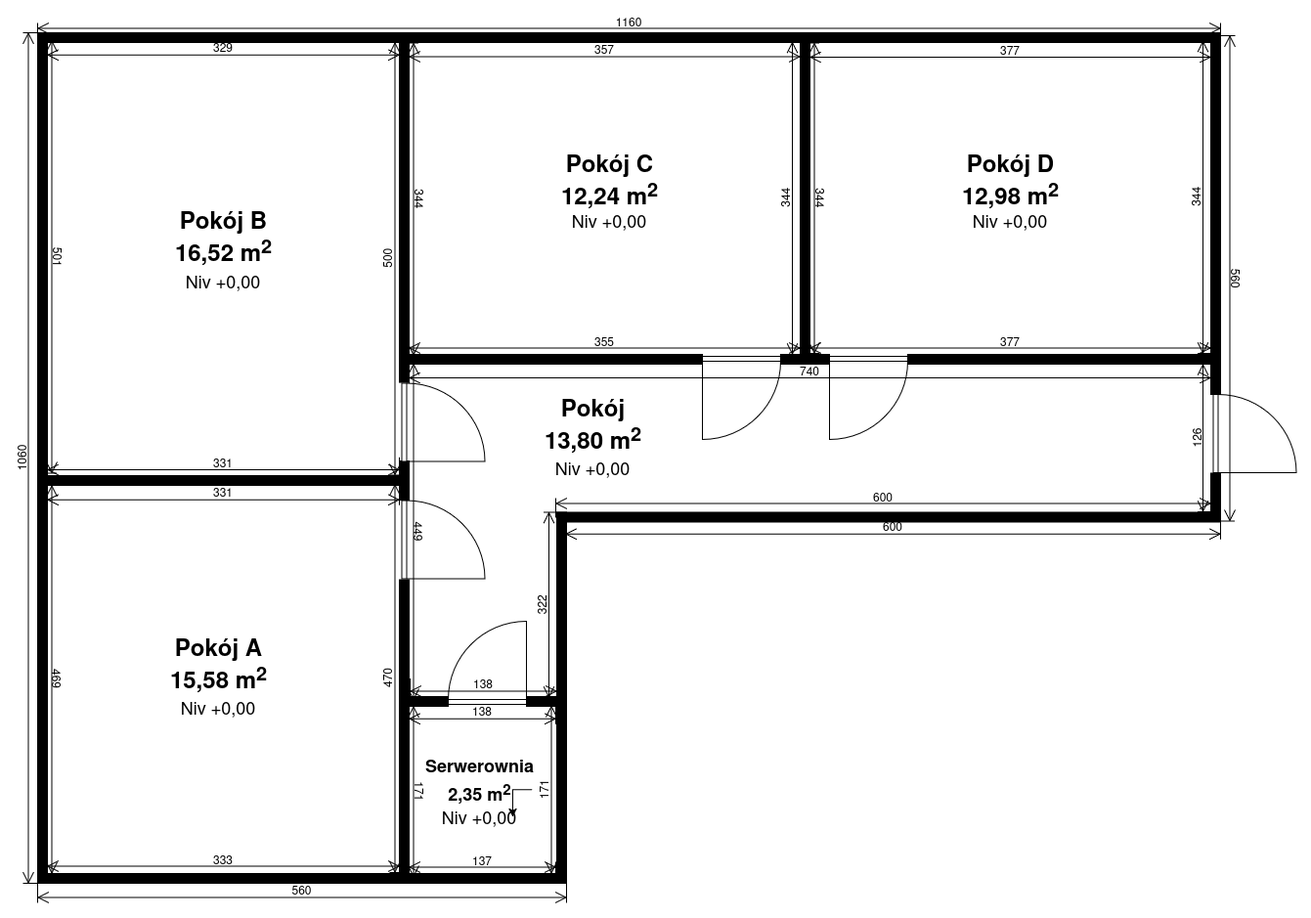
Above: obrazy/wizualizacja-kondygnacji.png in smichajlidis/projekt-sieci-fizycznej-i-logicznej-budynku-dwukondygnacyjnego (draw.io), before the change. Source tidied: cells renumbered, new cells last; positions are measured from the earlier drawing's top-left corner, leaving out a move shared by most shapes.
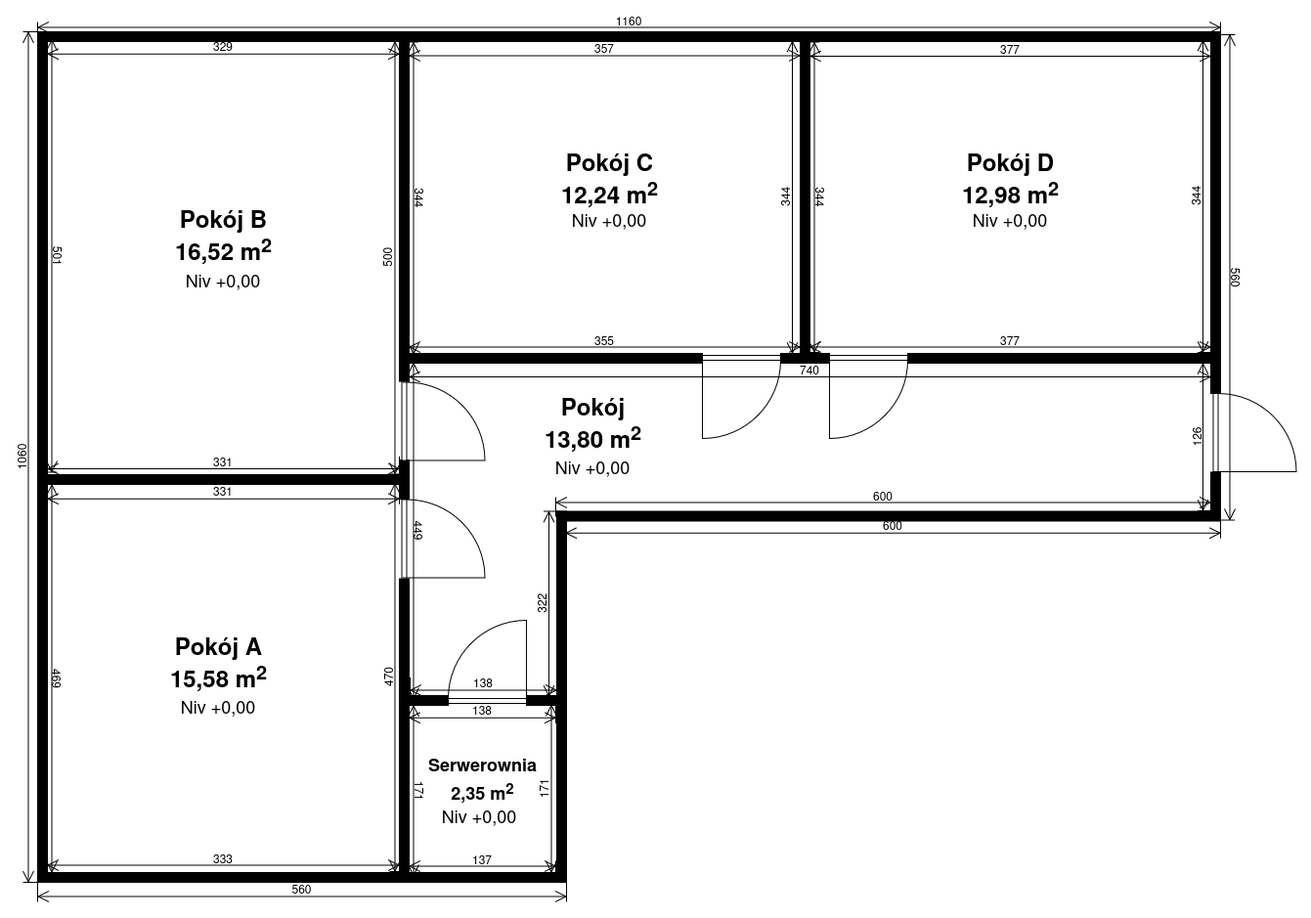
Later version of the same file.

Commit message:
poprawienie kosmetyczne, usunięcie zagubionej strzałki

Change to the diagram source:
```diff
@@ -77,9 +77,6 @@
     <mxCell id="26" value="470" style="shape=dimension;direction=south;whiteSpace=wrap;html=1;align=center;verticalAlign=top;labelBackgroundColor=none;horizontal=0;spacingTop=-15;" parent="1" vertex="1">
       <mxGeometry x="375" y="472" width="10" height="397" as="geometry" />
     </mxCell>
-    <mxCell id="27" style="edgeStyle=orthogonalEdgeStyle;rounded=0;jettySize=auto;html=1;" parent="1" edge="1" source="28" target="68">
-      <mxGeometry relative="1" as="geometry" />
-    </mxCell>
     <mxCell id="28" value="171" style="shape=dimension;direction=north;whiteSpace=wrap;html=1;align=center;points=[];verticalAlign=bottom;labelBackgroundColor=none;horizontal=0;spacingBottom=3;" parent="1" vertex="1">
       <mxGeometry x="521" y="698.5" width="25" height="171.5" as="geometry" />
     </mxCell>
@@ -183,7 +180,7 @@
       <mxGeometry x="532.5" y="390" width="100" height="40" as="geometry" />
     </mxCell>
     <mxCell id="62" value="&lt;font style=&quot;font-size: 18px;&quot;&gt;Serwerownia&lt;br&gt;2,35 m&lt;sup&gt;2&lt;/sup&gt;&lt;/font&gt;" style="text;strokeColor=none;fillColor=none;html=1;fontSize=24;fontStyle=1;verticalAlign=middle;align=center;" parent="1" vertex="1">
-      <mxGeometry x="432" y="760" width="70" height="23" as="geometry" />
+      <mxGeometry x="435" y="760" width="70" height="23" as="geometry" />
     </mxCell>
     <object id="63" label="&lt;font style=&quot;font-size: 18px;&quot;&gt;Niv +0,00&lt;br&gt;&lt;/font&gt;" name="Variable" placeholders="1">
       <mxCell style="text;html=1;strokeColor=none;fillColor=none;align=center;verticalAlign=middle;whiteSpace=wrap;overflow=hidden;" parent="1" vertex="1">
```
